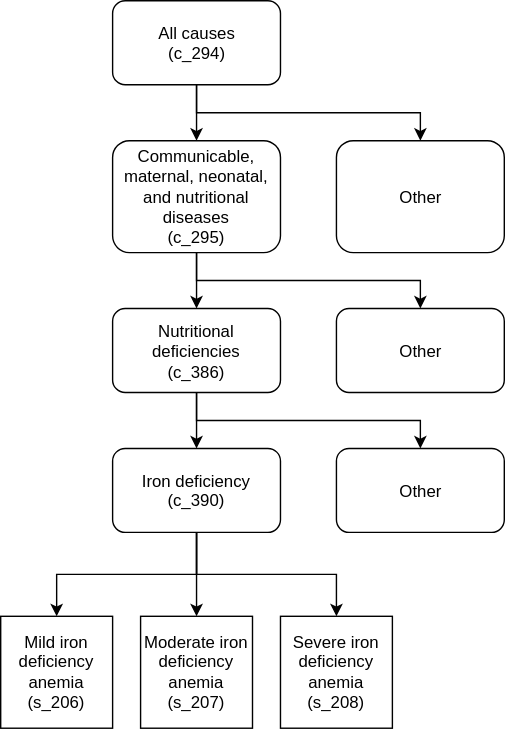
Before: docs/source/gbd2017_models/risk_attributable_causes/iron_deficiency/iron_cause_hierarchy.svg, a diagram exported from draw.io (ihmeuw/vivarium_research). Source tidied: cells renumbered, new cells last; positions are measured from the earlier drawing's top-left corner, leaving out a move shared by most shapes. Source of this version:
```xml
<mxGraphModel>
  <root>
    <mxCell id="0" />
    <mxCell id="1" parent="0" />
    <mxCell id="2" style="edgeStyle=orthogonalEdgeStyle;rounded=0;jettySize=auto;html=1;" parent="1" edge="1" source="4" target="7">
      <mxGeometry relative="1" as="geometry" />
    </mxCell>
    <mxCell id="3" style="edgeStyle=orthogonalEdgeStyle;rounded=0;jettySize=auto;html=1;exitX=0.5;exitY=1;exitDx=0;exitDy=0;entryX=0.5;entryY=0;entryDx=0;entryDy=0;" parent="1" edge="1" source="4" target="18">
      <mxGeometry relative="1" as="geometry" />
    </mxCell>
    <mxCell id="4" value="All causes&lt;br&gt;(c_294)" style="rounded=1;whiteSpace=wrap;html=1;" parent="1" vertex="1">
      <mxGeometry x="80" width="120" height="60" as="geometry" />
    </mxCell>
    <mxCell id="5" style="edgeStyle=orthogonalEdgeStyle;rounded=0;jettySize=auto;html=1;" parent="1" edge="1" source="7" target="10">
      <mxGeometry relative="1" as="geometry" />
    </mxCell>
    <mxCell id="6" style="edgeStyle=orthogonalEdgeStyle;rounded=0;jettySize=auto;html=1;exitX=0.5;exitY=1;exitDx=0;exitDy=0;entryX=0.5;entryY=0;entryDx=0;entryDy=0;" parent="1" edge="1" source="7" target="19">
      <mxGeometry relative="1" as="geometry" />
    </mxCell>
    <mxCell id="7" value="Communicable, maternal, neonatal, and nutritional diseases&lt;br&gt;(c_295)" style="rounded=1;whiteSpace=wrap;html=1;" parent="1" vertex="1">
      <mxGeometry x="80" y="100" width="120" height="80" as="geometry" />
    </mxCell>
    <mxCell id="8" style="edgeStyle=orthogonalEdgeStyle;rounded=0;jettySize=auto;html=1;" parent="1" edge="1" source="10" target="14">
      <mxGeometry relative="1" as="geometry" />
    </mxCell>
    <mxCell id="9" style="edgeStyle=orthogonalEdgeStyle;rounded=0;jettySize=auto;html=1;exitX=0.5;exitY=1;exitDx=0;exitDy=0;entryX=0.5;entryY=0;entryDx=0;entryDy=0;" parent="1" edge="1" source="10" target="20">
      <mxGeometry relative="1" as="geometry" />
    </mxCell>
    <mxCell id="10" value="Nutritional deficiencies&lt;br&gt;(c_386)" style="rounded=1;whiteSpace=wrap;html=1;" parent="1" vertex="1">
      <mxGeometry x="80" y="220" width="120" height="60" as="geometry" />
    </mxCell>
    <mxCell id="11" style="edgeStyle=orthogonalEdgeStyle;rounded=0;jettySize=auto;html=1;" parent="1" edge="1" source="14">
      <mxGeometry relative="1" as="geometry">
        <mxPoint x="140" y="440" as="targetPoint" />
      </mxGeometry>
    </mxCell>
    <mxCell id="12" style="edgeStyle=orthogonalEdgeStyle;rounded=0;jettySize=auto;html=1;exitX=0.5;exitY=1;exitDx=0;exitDy=0;entryX=0.5;entryY=0;entryDx=0;entryDy=0;" parent="1" edge="1" source="14" target="17">
      <mxGeometry relative="1" as="geometry" />
    </mxCell>
    <mxCell id="13" style="edgeStyle=orthogonalEdgeStyle;rounded=0;jettySize=auto;html=1;exitX=0.5;exitY=1;exitDx=0;exitDy=0;entryX=0.5;entryY=0;entryDx=0;entryDy=0;" parent="1" edge="1" source="14" target="16">
      <mxGeometry relative="1" as="geometry" />
    </mxCell>
    <mxCell id="14" value="Iron deficiency&lt;br&gt;(c_390)" style="rounded=1;whiteSpace=wrap;html=1;" parent="1" vertex="1">
      <mxGeometry x="80" y="320" width="120" height="60" as="geometry" />
    </mxCell>
    <mxCell id="15" value="Moderate iron deficiency anemia&lt;br&gt;(s_207)" style="whiteSpace=wrap;html=1;" parent="1" vertex="1">
      <mxGeometry x="100" y="440" width="80" height="80" as="geometry" />
    </mxCell>
    <mxCell id="16" value="Mild iron deficiency anemia&lt;br&gt;(s_206)" style="whiteSpace=wrap;html=1;" parent="1" vertex="1">
      <mxGeometry y="440" width="80" height="80" as="geometry" />
    </mxCell>
    <mxCell id="17" value="Severe iron deficiency anemia&lt;br&gt;(s_208)" style="whiteSpace=wrap;html=1;" parent="1" vertex="1">
      <mxGeometry x="200" y="440" width="80" height="80" as="geometry" />
    </mxCell>
    <mxCell id="18" value="Other" style="rounded=1;whiteSpace=wrap;html=1;" parent="1" vertex="1">
      <mxGeometry x="240" y="100" width="120" height="80" as="geometry" />
    </mxCell>
    <mxCell id="19" value="Other" style="rounded=1;whiteSpace=wrap;html=1;" parent="1" vertex="1">
      <mxGeometry x="240" y="220" width="120" height="60" as="geometry" />
    </mxCell>
    <mxCell id="20" value="Other" style="rounded=1;whiteSpace=wrap;html=1;" parent="1" vertex="1">
      <mxGeometry x="240" y="320" width="120" height="60" as="geometry" />
    </mxCell>
  </root>
</mxGraphModel>
```
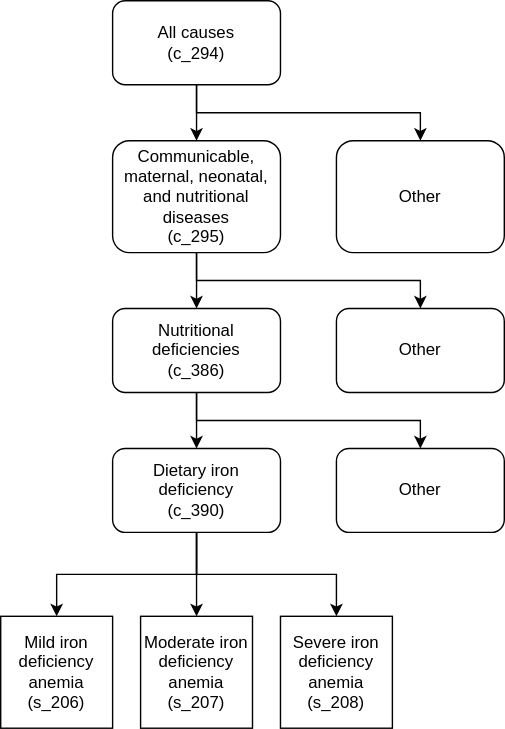
Above is the later version.

Commit message:
restructure for clarity in vivarium strategy

The edit, as a diff of the source:
```diff
@@ -40,7 +40,7 @@
     <mxCell id="13" style="edgeStyle=orthogonalEdgeStyle;rounded=0;jettySize=auto;html=1;exitX=0.5;exitY=1;exitDx=0;exitDy=0;entryX=0.5;entryY=0;entryDx=0;entryDy=0;" parent="1" edge="1" source="14" target="16">
       <mxGeometry relative="1" as="geometry" />
     </mxCell>
-    <mxCell id="14" value="Iron deficiency&lt;br&gt;(c_390)" style="rounded=1;whiteSpace=wrap;html=1;" parent="1" vertex="1">
+    <mxCell id="14" value="Dietary iron deficiency&lt;br&gt;(c_390)" style="rounded=1;whiteSpace=wrap;html=1;" parent="1" vertex="1">
       <mxGeometry x="80" y="320" width="120" height="60" as="geometry" />
     </mxCell>
     <mxCell id="15" value="Moderate iron deficiency anemia&lt;br&gt;(s_207)" style="whiteSpace=wrap;html=1;" parent="1" vertex="1">
```
